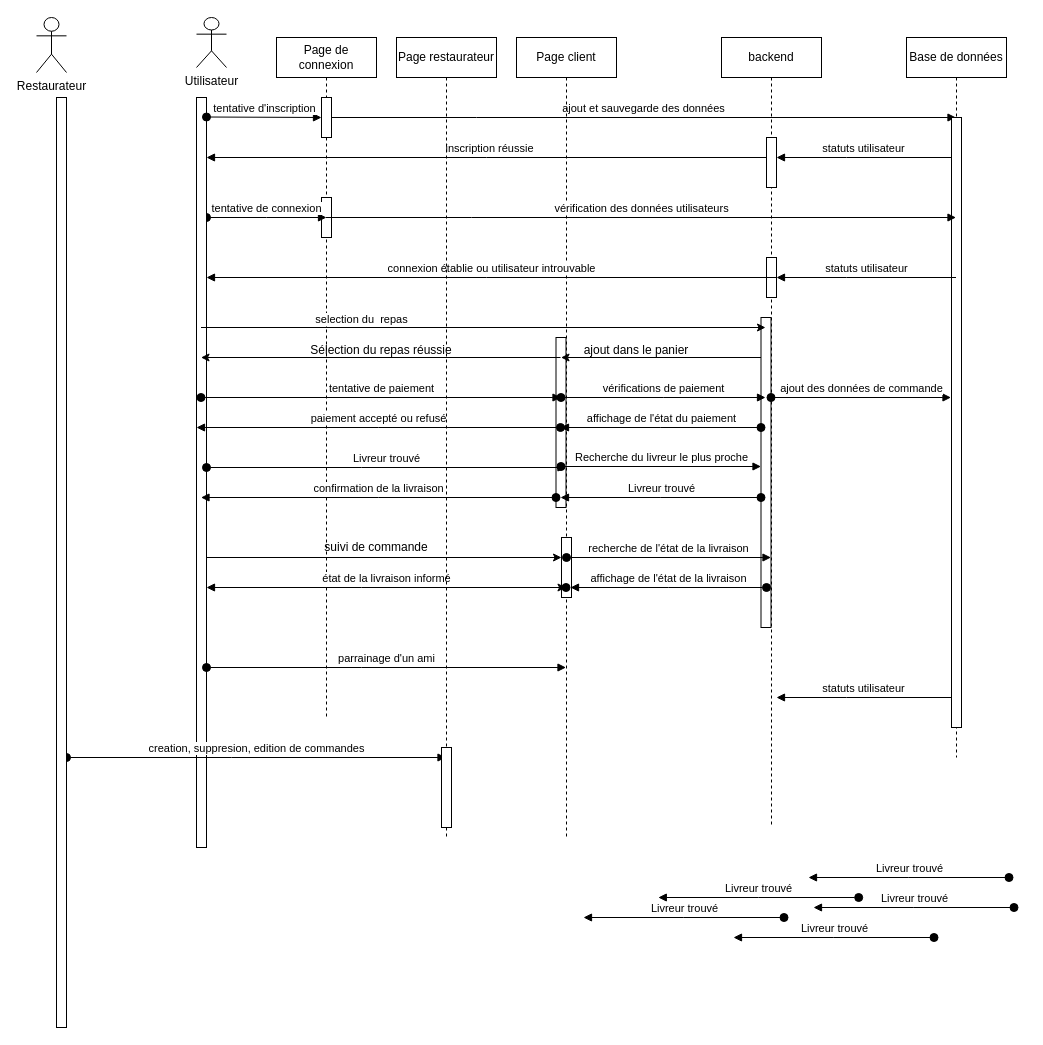
Above: Diagramme sans nom.drawio in luxord10/easysave (draw.io), before the change. Source tidied: cells renumbered, new cells numbered last; positions are measured from the earlier drawing's top-left corner, leaving out a move shared by most shapes. Both pictures are drawn from the tidied source at 100%, with x=0, y=0 at pixel (36, 17).
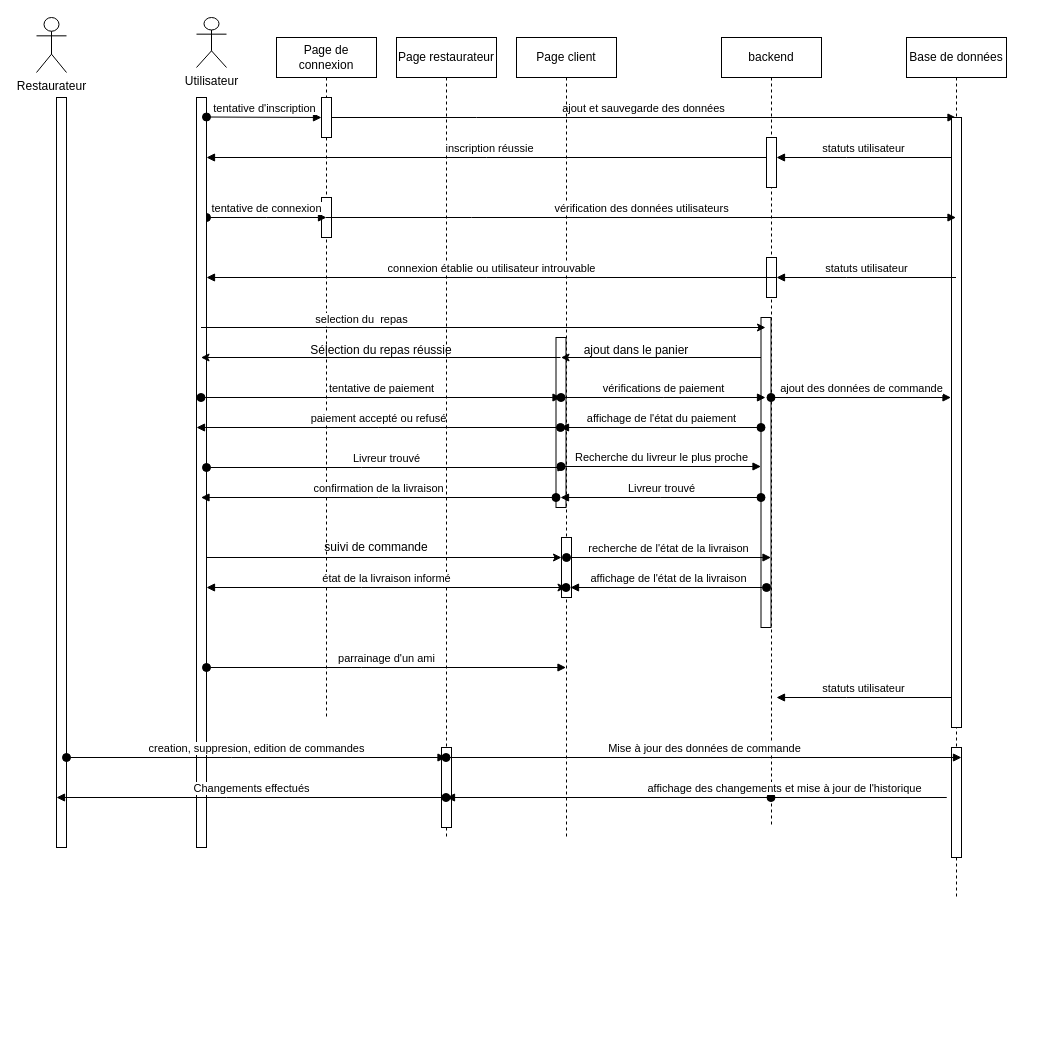
After the change.

Commit message:
sequence cesieats

Unchanged cells that the change refers to:
```xml
<mxCell id="10" value="backend" style="shape=umlLifeline;perimeter=lifelinePerimeter;whiteSpace=wrap;html=1;outlineConnect=0;portConstraint=eastwest;newEdgeStyle={&quot;edgeStyle&quot;:&quot;elbowEdgeStyle&quot;,&quot;elbow&quot;:&quot;vertical&quot;,&quot;curved&quot;:0,&quot;rounded&quot;:0};" parent="1" vertex="1">
  <mxGeometry x="685" y="20" width="100" height="790" as="geometry" />
</mxCell>
```

Diff of the diagram source:
```diff
@@
+    <mxCell id="58" style="html=1;points=[];perimeter=orthogonalPerimeter;outlineConnect=0;targetShapes=umlLifeline;portConstraint=eastwest;newEdgeStyle={&quot;edgeStyle&quot;:&quot;elbowEdgeStyle&quot;,&quot;elbow&quot;:&quot;vertical&quot;,&quot;curved&quot;:0,&quot;rounded&quot;:0};" parent="1" vertex="1">
+      <mxGeometry x="20" y="80" width="10" height="750" as="geometry" />
+    </mxCell>
+    <mxCell id="59" value="Page restaurateur" style="shape=umlLifeline;perimeter=lifelinePerimeter;whiteSpace=wrap;html=1;outlineConnect=0;portConstraint=eastwest;newEdgeStyle={&quot;edgeStyle&quot;:&quot;elbowEdgeStyle&quot;,&quot;elbow&quot;:&quot;vertical&quot;,&quot;curved&quot;:0,&quot;rounded&quot;:0};" parent="1" vertex="1">
+      <mxGeometry x="360" y="20" width="100" height="800" as="geometry" />
+    </mxCell>
+    <mxCell id="60" style="html=1;perimeter=orthogonalPerimeter;targetShapes=umlLifeline;newEdgeStyle={&quot;edgeStyle&quot;:&quot;elbowEdgeStyle&quot;,&quot;elbow&quot;:&quot;vertical&quot;,&quot;curved&quot;:0,&quot;rounded&quot;:0};" parent="59" vertex="1">
+      <mxGeometry x="45" y="710" width="10" height="80" as="geometry" />
+    </mxCell>
@@
     <mxCell id="14" value="Base de données" style="shape=umlLifeline;perimeter=lifelinePerimeter;whiteSpace=wrap;html=1;outlineConnect=0;portConstraint=eastwest;newEdgeStyle={&quot;edgeStyle&quot;:&quot;elbowEdgeStyle&quot;,&quot;elbow&quot;:&quot;vertical&quot;,&quot;curved&quot;:0,&quot;rounded&quot;:0};" parent="1" vertex="1">
-      <mxGeometry x="870" y="20" width="100" height="720" as="geometry" />
+      <mxGeometry x="870" y="20" width="100" height="860" as="geometry" />
     </mxCell>
@@
+    <mxCell id="61" style="html=1;perimeter=orthogonalPerimeter;targetShapes=umlLifeline;newEdgeStyle={&quot;edgeStyle&quot;:&quot;elbowEdgeStyle&quot;,&quot;elbow&quot;:&quot;vertical&quot;,&quot;curved&quot;:0,&quot;rounded&quot;:0};" parent="14" vertex="1">
+      <mxGeometry x="45" y="710" width="10" height="110" as="geometry" />
+    </mxCell>
@@
-    <mxCell id="46" value="Livreur trouvé" style="html=1;verticalAlign=bottom;startArrow=oval;endArrow=block;startSize=8;edgeStyle=elbowEdgeStyle;elbow=vertical;curved=0;rounded=0;" parent="1" edge="1">
+    <mxCell id="46" value="affichage des changements et mise à jour de l'historique" style="html=1;verticalAlign=bottom;startArrow=oval;endArrow=block;startSize=8;edgeStyle=elbowEdgeStyle;elbow=vertical;curved=0;rounded=0;" parent="1" edge="1" source="10">
       <mxGeometry relative="1" as="geometry">
-        <mxPoint x="747.5" y="900" as="sourcePoint" />
-        <mxPoint x="547" y="900" as="targetPoint" />
+        <mxPoint x="410" y="780" as="targetPoint" />
+        <Array as="points">
+          <mxPoint x="910" y="780" />
+        </Array>
       </mxGeometry>
     </mxCell>
@@
-    <mxCell id="48" value="Livreur trouvé" style="html=1;verticalAlign=bottom;startArrow=oval;endArrow=block;startSize=8;edgeStyle=elbowEdgeStyle;elbow=vertical;curved=0;rounded=0;" parent="1" edge="1">
+    <mxCell id="48" value="Mise à jour des données de commande" style="html=1;verticalAlign=bottom;startArrow=oval;endArrow=block;startSize=8;edgeStyle=elbowEdgeStyle;elbow=vertical;curved=0;rounded=0;" parent="1" edge="1" source="59">
       <mxGeometry relative="1" as="geometry">
-        <mxPoint x="972.5" y="860" as="sourcePoint" />
-        <mxPoint x="772" y="860" as="targetPoint" />
+        <mxPoint x="925" y="740" as="targetPoint" />
       </mxGeometry>
     </mxCell>
-    <mxCell id="49" value="Livreur trouvé" style="html=1;verticalAlign=bottom;startArrow=oval;endArrow=block;startSize=8;edgeStyle=elbowEdgeStyle;elbow=vertical;curved=0;rounded=0;" parent="1" edge="1">
-      <mxGeometry relative="1" as="geometry">
-        <mxPoint x="977.5" y="890" as="sourcePoint" />
-        <mxPoint x="777" y="890" as="targetPoint" />
-      </mxGeometry>
-    </mxCell>
@@
-    <mxCell id="51" value="Livreur trouvé" style="html=1;verticalAlign=bottom;startArrow=oval;endArrow=block;startSize=8;edgeStyle=elbowEdgeStyle;elbow=vertical;curved=0;rounded=0;" parent="1" edge="1">
-      <mxGeometry relative="1" as="geometry">
-        <mxPoint x="897.5" y="920" as="sourcePoint" />
-        <mxPoint x="697" y="920" as="targetPoint" />
-      </mxGeometry>
-    </mxCell>
-    <mxCell id="52" value="Livreur trouvé" style="html=1;verticalAlign=bottom;startArrow=oval;endArrow=block;startSize=8;edgeStyle=elbowEdgeStyle;elbow=vertical;curved=0;rounded=0;" parent="1" edge="1">
+    <mxCell id="52" value="Changements effectués" style="html=1;verticalAlign=bottom;startArrow=oval;endArrow=block;startSize=8;edgeStyle=elbowEdgeStyle;elbow=vertical;curved=0;rounded=0;" parent="1" edge="1" source="59">
       <mxGeometry relative="1" as="geometry">
-        <mxPoint x="822.2" y="880" as="sourcePoint" />
-        <mxPoint x="621.8" y="880" as="targetPoint" />
+        <mxPoint x="20" y="780" as="targetPoint" />
       </mxGeometry>
     </mxCell>
@@
-    <mxCell id="57" style="endArrow=none;dashed=1;html=1;rounded=0;" parent="1" edge="1" target="58">
-      <mxGeometry relative="1" as="geometry">
-        <mxPoint x="20" y="961.6" as="sourcePoint" />
-      </mxGeometry>
-    </mxCell>
-    <mxCell id="58" style="html=1;points=[];perimeter=orthogonalPerimeter;outlineConnect=0;targetShapes=umlLifeline;portConstraint=eastwest;newEdgeStyle={&quot;edgeStyle&quot;:&quot;elbowEdgeStyle&quot;,&quot;elbow&quot;:&quot;vertical&quot;,&quot;curved&quot;:0,&quot;rounded&quot;:0};" parent="1" vertex="1">
-      <mxGeometry x="20" y="80" width="10" height="930" as="geometry" />
-    </mxCell>
-    <mxCell id="59" value="Page restaurateur" style="shape=umlLifeline;perimeter=lifelinePerimeter;whiteSpace=wrap;html=1;outlineConnect=0;portConstraint=eastwest;newEdgeStyle={&quot;edgeStyle&quot;:&quot;elbowEdgeStyle&quot;,&quot;elbow&quot;:&quot;vertical&quot;,&quot;curved&quot;:0,&quot;rounded&quot;:0};" parent="1" vertex="1">
-      <mxGeometry x="360" y="20" width="100" height="800" as="geometry" />
-    </mxCell>
-    <mxCell id="60" style="html=1;perimeter=orthogonalPerimeter;targetShapes=umlLifeline;newEdgeStyle={&quot;edgeStyle&quot;:&quot;elbowEdgeStyle&quot;,&quot;elbow&quot;:&quot;vertical&quot;,&quot;curved&quot;:0,&quot;rounded&quot;:0};" parent="59" vertex="1">
-      <mxGeometry x="45" y="710" width="10" height="80" as="geometry" />
-    </mxCell>
```
